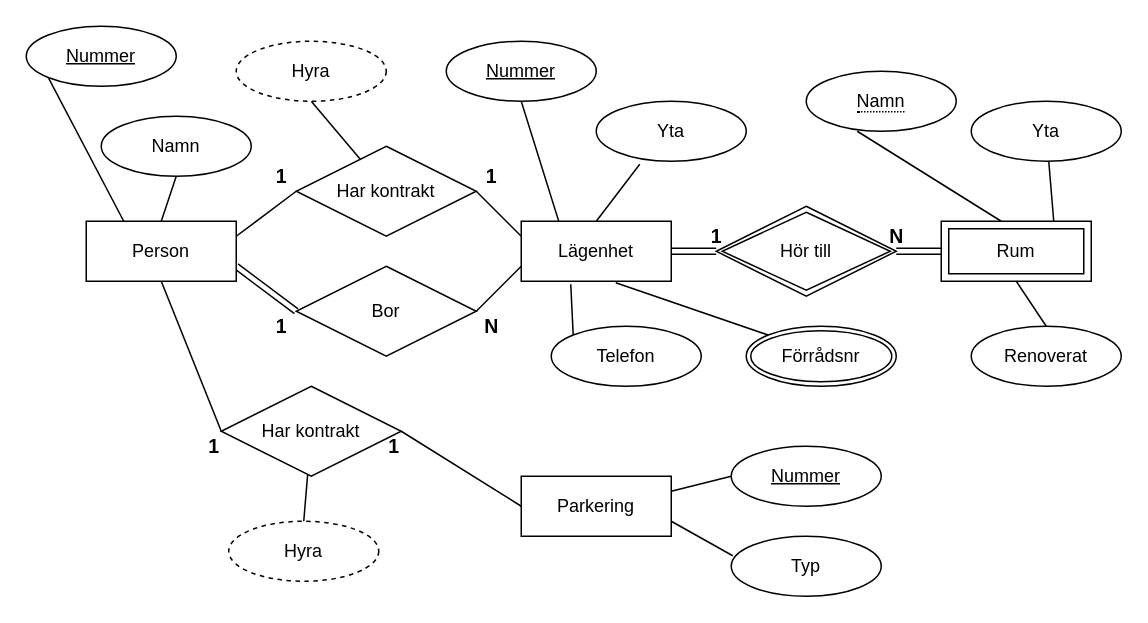
Above: page "ER" (1 of 2) of lagenhet.drawio in Ingelisun/ERmodels (draw.io), before the change. Source tidied: cells renumbered, new cells numbered last; positions are measured from the earlier drawing's top-left corner, leaving out a move shared by most shapes. Both pictures are drawn from the tidied source at 150%, with x=0, y=0 at pixel (26, 26).
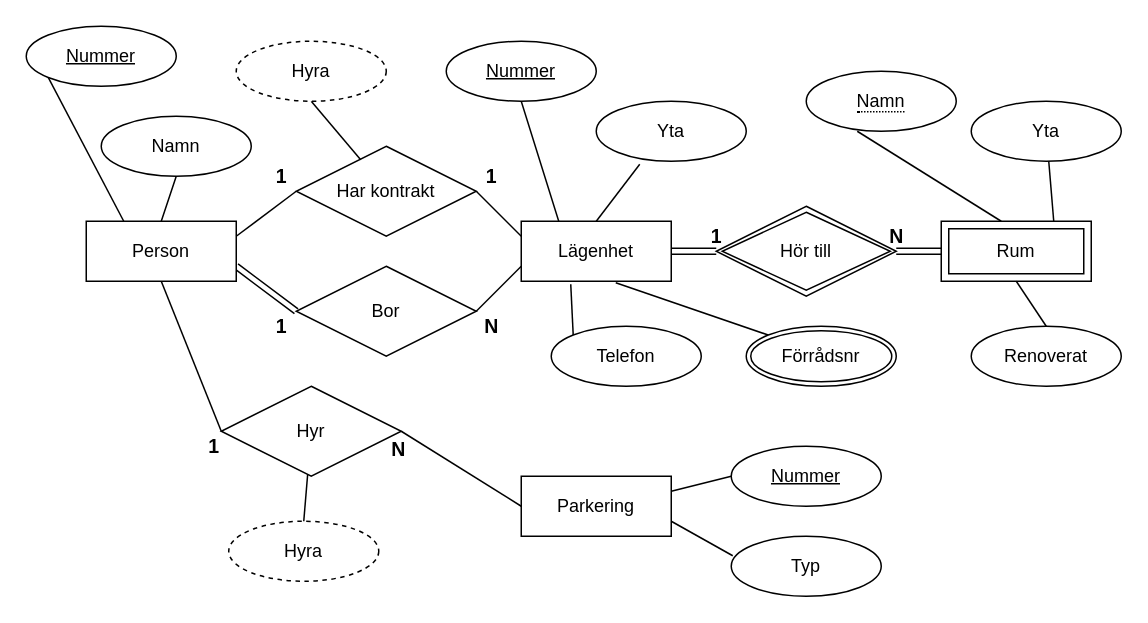
The same diagram, later.

Diff of the diagram source:
```diff
@@
-    <mxCell id="10" value="Har kontrakt" style="shape=rhombus;perimeter=rhombusPerimeter;whiteSpace=wrap;html=1;align=center;" parent="1" vertex="1">
+    <mxCell id="10" value="Hyr" style="shape=rhombus;perimeter=rhombusPerimeter;whiteSpace=wrap;html=1;align=center;" parent="1" vertex="1">
       <mxGeometry x="130" y="240" width="120" height="60" as="geometry" />
     </mxCell>
@@
-    <mxCell id="25" value="&lt;font style=&quot;font-size: 13px&quot;&gt;&lt;b style=&quot;font-size: 13px&quot;&gt;1&lt;/b&gt;&lt;/font&gt;" style="text;html=1;align=center;verticalAlign=middle;fillColor=none;strokeColor=none;rounded=0;fontSize=13;" parent="1" vertex="1">
-      <mxGeometry x="235" y="270" width="20" height="20" as="geometry" />
+    <mxCell id="25" value="&lt;font style=&quot;font-size: 13px&quot;&gt;&lt;b style=&quot;font-size: 13px&quot;&gt;N&lt;/b&gt;&lt;/font&gt;" style="text;html=1;align=center;verticalAlign=middle;fillColor=none;strokeColor=none;rounded=0;fontSize=13;" parent="1" vertex="1">
+      <mxGeometry x="238" y="272" width="20" height="20" as="geometry" />
     </mxCell>
```
